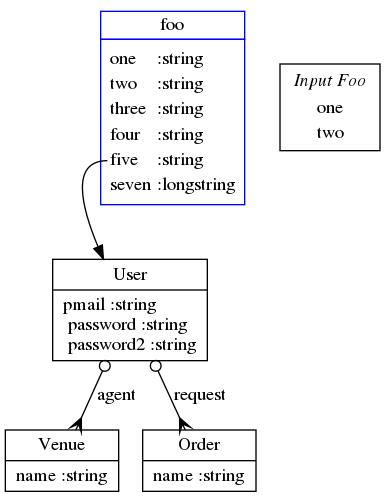
Earlier version of the Graphviz export example.png (stephenBDT/frappe-doctype-to-er-dot). Its source is kept beside it as example.dot. Source of this version:
```dot
digraph models_diagram {
  graph[overlap=false, splines=true]
  Venue [shape=record, label="{\
    Venue|name :string\l\
    }"]
  User [shape=record, label="{User|pmail :string\l\
    password :string\l\
    password2 :string\l\
    }"]
  Order [shape=record, label="{Order|\
    name :string\l\
    }"]
  Foo [shape=record, label=<
       <table border="0" cellborder="0" text-align="left" cellspacing="0">
       <tr><td ><i>Input Foo</i></td></tr>
       <tr><td port="1">one</td></tr>\l\
       <tr><td port="2">two</td></tr>\l\
       </table>>];
  tbl [
  shape=plaintext
  label=<

  <table border='0' cellborder='1' color='blue' cellspacing='0'>
    <tr><td>foo</td></tr>
    <tr><td cellpadding='4'>
    <table border="0" port="xx" color='orange' cellspacing='0' cellborder='0'>
      <tr><td align="left" >one</td><td align="left">:string</td></tr><tr><td align="left">two  </td><td align="left">:string</td></tr><tr><td align="left">three</td><td align="left">:string</td></tr>
      <tr><td align="left">four </td><td align="left">:string</td></tr><tr><td align="left" port="xxy">five </td><td align="left">:string</td></tr>
      <tr><td align="left">seven</td><td align="left">:longstring</td></tr>
    </table>
    </td>
    </tr>
  </table>

  >];
  User:email -> Order [arrowtail=odot, arrowhead=crow, dir=both, label="request"]
  User -> Venue [arrowtail=odot, arrowhead=crow, dir=both, label=agent]
  tbl:xxy -> User ;
}digraph {
    graph [pad="0.5", nodesep="0.5", ranksep="2"];
    node [shape=record]
    rankdir=LR;




Bar [label=<
<table border="0" cellborder="1" cellspacing="0">
  <tr><td><i>Input Bar</i></td></tr>
  <tr><td port="7">seven</td></tr>
  <tr><td port="8">eight</td></tr>
  <tr><td port="9">nine</td></tr>
  <tr><td port="10">ten</td></tr>
</table>>];


Baz [label=<
<table border="0" cellborder="1" cellspacing="0">
  <tr><td port="base"><i>Output Baz</i></td></tr>
  <tr><td port="a">alpha</td></tr>
  <tr><td port="b">bravo</td></tr>
  <tr><td port="c">charlie</td></tr>
  <tr><td port="d">delta</td></tr>
  <tr><td port="e">echo</td></tr>
  <tr><td port="f">foxtrot</td></tr>
</table>>];

Foo:2 -> Baz:base;
Foo:3 -> Baz:e;
Foo:6 -> Baz:b;
Bar:7 -> Baz:d;
Bar:9 -> Baz:f;
}
}
```
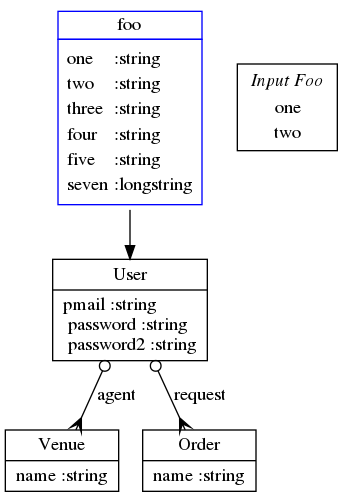
After the change.

Change to the diagram source:
```diff
@@ -17,6 +17,7 @@
        <tr><td port="2">two</td></tr>\l\
        </table>>];
   tbl [
+
   shape=plaintext
   label=<
 
@@ -25,7 +26,7 @@
     <tr><td cellpadding='4'>
     <table border="0" port="xx" color='orange' cellspacing='0' cellborder='0'>
       <tr><td align="left" >one</td><td align="left">:string</td></tr><tr><td align="left">two  </td><td align="left">:string</td></tr><tr><td align="left">three</td><td align="left">:string</td></tr>
-      <tr><td align="left">four </td><td align="left">:string</td></tr><tr><td align="left" port="xxy">five </td><td align="left">:string</td></tr>
+      <tr><td align="left">four </td><td align="left">:string</td></tr><tr port="xxy"><td align="left" >five </td><td align="left">:string</td></tr>
       <tr><td align="left">seven</td><td align="left">:longstring</td></tr>
     </table>
     </td>
@@ -35,7 +36,7 @@
   >];
   User:email -> Order [arrowtail=odot, arrowhead=crow, dir=both, label="request"]
   User -> Venue [arrowtail=odot, arrowhead=crow, dir=both, label=agent]
-  tbl:xxy -> User ;
+  tbl:xxy -> User:pmail ;
 }digraph {
     graph [pad="0.5", nodesep="0.5", ranksep="2"];
     node [shape=record]
```
